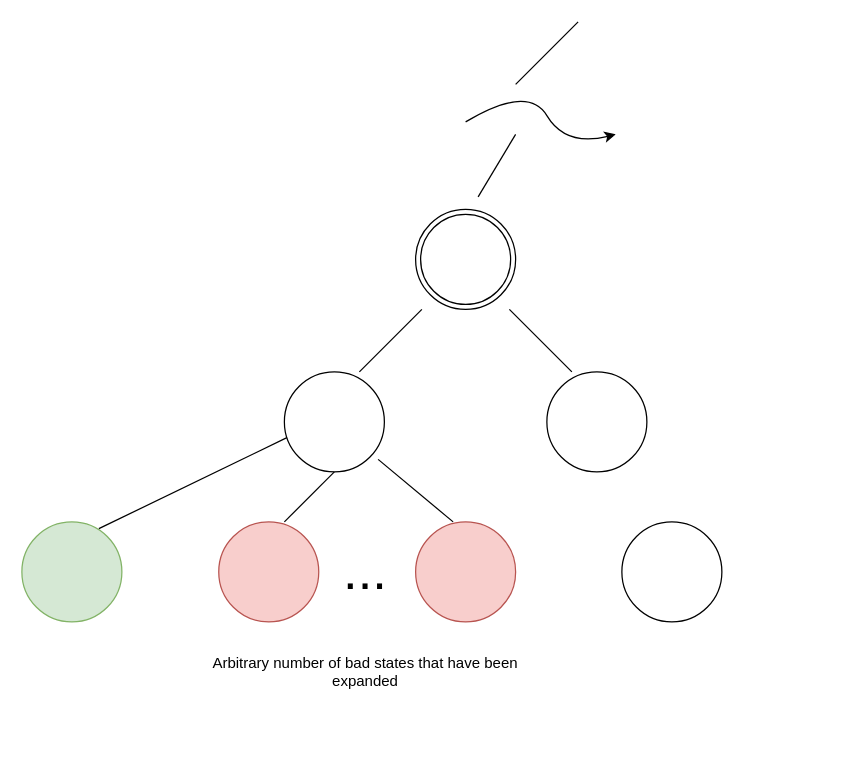
Above: MCTS_bad.drawio in johntiger1/18.06 (draw.io), before the change. Source tidied: cells renumbered, new cells numbered last; positions are measured from the earlier drawing's top-left corner, leaving out a move shared by most shapes. Both pictures are drawn from the tidied source at 125%, with x=0, y=0 at pixel (21, 21).
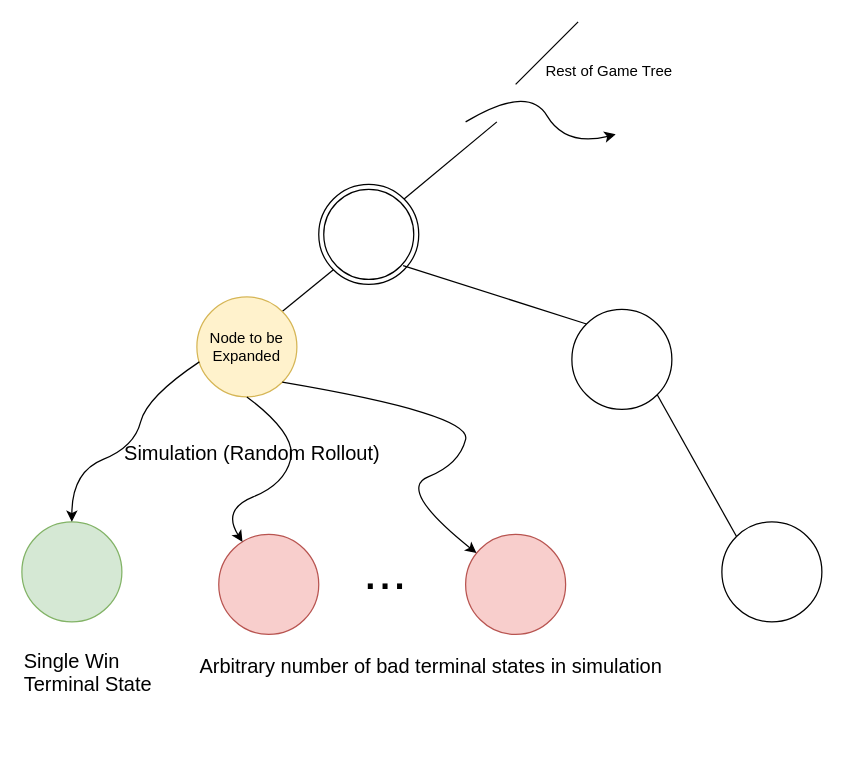
After the change.

The change refers to these unchanged cells:
```xml
<mxCell id="10" style="ellipse;whiteSpace=wrap;html=1;fillColor=#d5e8d4;strokeColor=#82b366;" parent="1" vertex="1">
  <mxGeometry y="400" width="80" height="80" as="geometry" />
</mxCell>
```

The edit, as a diff of the source:
```diff
@@
-    <mxCell id="4" style="endArrow=none;html=1;" parent="1" edge="1">
+    <mxCell id="4" style="endArrow=none;html=1;entryX=1;entryY=0;entryDx=0;entryDy=0;" parent="1" edge="1" target="5">
       <mxGeometry relative="1" as="geometry">
-        <mxPoint x="395" y="90" as="sourcePoint" />
-        <mxPoint x="365" y="140" as="targetPoint" />
+        <mxPoint x="380" y="80" as="sourcePoint" />
       </mxGeometry>
     </mxCell>
     <mxCell id="5" style="ellipse;shape=doubleEllipse;whiteSpace=wrap;html=1;" parent="1" vertex="1">
-      <mxGeometry x="315" y="150" width="80" height="80" as="geometry" />
+      <mxGeometry x="237.5" y="130" width="80" height="80" as="geometry" />
     </mxCell>
-    <mxCell id="6" style="endArrow=none;html=1;" parent="1" edge="1">
-      <mxGeometry relative="1" as="geometry">
-        <mxPoint x="270" y="280" as="sourcePoint" />
-        <mxPoint x="320" y="230" as="targetPoint" />
-      </mxGeometry>
+    <mxCell id="6" style="endArrow=none;html=1;entryX=0;entryY=1;entryDx=0;entryDy=0;exitX=1;exitY=0;exitDx=0;exitDy=0;" parent="1" edge="1" source="8" target="5">
+      <mxGeometry relative="1" as="geometry" />
     </mxCell>
-    <mxCell id="7" style="endArrow=none;html=1;" parent="1" edge="1">
+    <mxCell id="7" style="endArrow=none;html=1;exitX=0;exitY=0;exitDx=0;exitDy=0;" parent="1" edge="1" source="9">
       <mxGeometry relative="1" as="geometry">
-        <mxPoint x="440" y="280" as="sourcePoint" />
-        <mxPoint x="390" y="230" as="targetPoint" />
+        <mxPoint x="305" y="195" as="targetPoint" />
       </mxGeometry>
     </mxCell>
-    <mxCell id="8" style="ellipse;whiteSpace=wrap;html=1;" parent="1" vertex="1">
-      <mxGeometry x="210" y="280" width="80" height="80" as="geometry" />
+    <mxCell id="8" value="Node to be Expanded" style="ellipse;whiteSpace=wrap;html=1;fillColor=#fff2cc;strokeColor=#d6b656;" parent="1" vertex="1">
+      <mxGeometry x="140" y="220" width="80" height="80" as="geometry" />
     </mxCell>
     <mxCell id="9" style="ellipse;whiteSpace=wrap;html=1;" parent="1" vertex="1">
-      <mxGeometry x="420" y="280" width="80" height="80" as="geometry" />
+      <mxGeometry x="440" y="230" width="80" height="80" as="geometry" />
     </mxCell>
@@
     <mxCell id="11" style="ellipse;whiteSpace=wrap;html=1;fillColor=#f8cecc;strokeColor=#b85450;" parent="1" vertex="1">
-      <mxGeometry x="315" y="400" width="80" height="80" as="geometry" />
+      <mxGeometry x="355" y="410" width="80" height="80" as="geometry" />
     </mxCell>
     <mxCell id="12" style="ellipse;whiteSpace=wrap;html=1;" parent="1" vertex="1">
-      <mxGeometry x="480" y="400" width="80" height="80" as="geometry" />
+      <mxGeometry x="560" y="400" width="80" height="80" as="geometry" />
     </mxCell>
-    <mxCell id="13" style="endArrow=none;html=1;exitX=0.77;exitY=0.068;exitDx=0;exitDy=0;exitPerimeter=0;entryX=0.025;entryY=0.658;entryDx=0;entryDy=0;entryPerimeter=0;" parent="1" edge="1" source="10" target="8">
-      <mxGeometry relative="1" as="geometry" />
-    </mxCell>
-    <mxCell id="14" style="endArrow=none;html=1;" parent="1" edge="1">
-      <mxGeometry relative="1" as="geometry">
-        <mxPoint x="285" y="350" as="sourcePoint" />
-        <mxPoint x="345" y="400" as="targetPoint" />
-      </mxGeometry>
-    </mxCell>
     <mxCell id="15" style="ellipse;whiteSpace=wrap;html=1;fillColor=#f8cecc;strokeColor=#b85450;" parent="1" vertex="1">
-      <mxGeometry x="157.5" y="400" width="80" height="80" as="geometry" />
+      <mxGeometry x="157.5" y="410" width="80" height="80" as="geometry" />
     </mxCell>
-    <mxCell id="16" style="endArrow=none;html=1;entryX=0.5;entryY=1;entryDx=0;entryDy=0;" parent="1" edge="1" target="8">
-      <mxGeometry relative="1" as="geometry">
-        <mxPoint x="210" y="400" as="sourcePoint" />
-      </mxGeometry>
-    </mxCell>
     <mxCell id="17" value="&lt;font style=&quot;font-size: 42px&quot;&gt;...&lt;/font&gt;" style="text;html=1;strokeColor=none;fillColor=none;align=center;verticalAlign=middle;whiteSpace=wrap;rounded=0;" parent="1" vertex="1">
-      <mxGeometry x="210" y="410" width="130" height="60" as="geometry" />
+      <mxGeometry x="226" y="410" width="130" height="60" as="geometry" />
     </mxCell>
-    <mxCell id="18" value="Arbitrary number of bad states that have been expanded" style="text;html=1;strokeColor=none;fillColor=none;align=center;verticalAlign=middle;whiteSpace=wrap;rounded=0;" parent="1" vertex="1">
-      <mxGeometry x="135" y="500" width="280" height="40" as="geometry" />
+    <mxCell id="18" value="&lt;font style=&quot;font-size: 16px&quot;&gt;Arbitrary number of bad terminal states in simulation&lt;/font&gt;" style="text;html=1;strokeColor=none;fillColor=none;align=center;verticalAlign=middle;whiteSpace=wrap;rounded=0;" parent="1" vertex="1">
+      <mxGeometry x="135" y="500" width="385" height="30" as="geometry" />
     </mxCell>
+    <mxCell id="19" style="curved=1;endArrow=classic;html=1;exitX=0.5;exitY=1;exitDx=0;exitDy=0;" parent="1" edge="1" source="8" target="15">
+      <mxGeometry relative="1" as="geometry">
+        <Array as="points">
+          <mxPoint x="220" y="330" />
+          <mxPoint x="210" y="370" />
+          <mxPoint x="160" y="390" />
+        </Array>
+      </mxGeometry>
+    </mxCell>
+    <mxCell id="20" style="curved=1;endArrow=classic;html=1;exitX=1;exitY=1;exitDx=0;exitDy=0;" parent="1" edge="1" source="8" target="11">
+      <mxGeometry relative="1" as="geometry">
+        <Array as="points">
+          <mxPoint x="360" y="314" />
+          <mxPoint x="350" y="354" />
+          <mxPoint x="300" y="374" />
+        </Array>
+      </mxGeometry>
+    </mxCell>
+    <mxCell id="21" style="curved=1;endArrow=classic;html=1;exitX=0.025;exitY=0.65;exitDx=0;exitDy=0;exitPerimeter=0;entryX=0.5;entryY=0;entryDx=0;entryDy=0;" parent="1" edge="1" source="8" target="10">
+      <mxGeometry relative="1" as="geometry">
+        <Array as="points">
+          <mxPoint x="100" y="300" />
+          <mxPoint x="90" y="340" />
+          <mxPoint x="40" y="360" />
+        </Array>
+      </mxGeometry>
+    </mxCell>
+    <mxCell id="22" value="&lt;font style=&quot;font-size: 16px&quot;&gt;Simulation (Random Rollout)&lt;/font&gt;" style="text;html=1;strokeColor=none;fillColor=none;align=center;verticalAlign=middle;whiteSpace=wrap;rounded=0;" parent="1" vertex="1">
+      <mxGeometry x="78" y="330" width="213" height="30" as="geometry" />
+    </mxCell>
+    <mxCell id="23" style="endArrow=none;html=1;entryX=1;entryY=1;entryDx=0;entryDy=0;exitX=0;exitY=0;exitDx=0;exitDy=0;" parent="1" edge="1" source="12" target="9">
+      <mxGeometry relative="1" as="geometry" />
+    </mxCell>
+    <mxCell id="24" value="&lt;font style=&quot;font-size: 16px&quot;&gt;Single Win &lt;br&gt;Terminal State&lt;/font&gt;" style="text;html=1;" parent="1" vertex="1">
+      <mxGeometry y="495" width="90" height="90" as="geometry" />
+    </mxCell>
+    <mxCell id="25" value="Rest of Game Tree" style="text;html=1;strokeColor=none;fillColor=none;align=center;verticalAlign=middle;whiteSpace=wrap;rounded=0;" parent="1" vertex="1">
+      <mxGeometry x="410" y="30" width="120" height="20" as="geometry" />
+    </mxCell>
```
